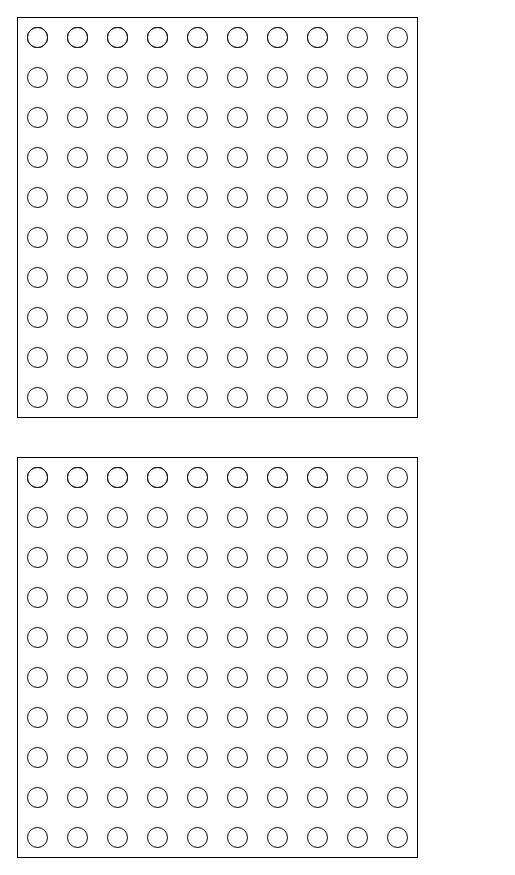
Above: battleship.drawio in tandisunarto/Diagrams (draw.io), before the change. Source tidied: cells renumbered, new cells numbered last; positions are measured from the earlier drawing's top-left corner, leaving out a move shared by most shapes. Both pictures are drawn from the tidied source at 100%, with x=0, y=0 at pixel (17, 17).
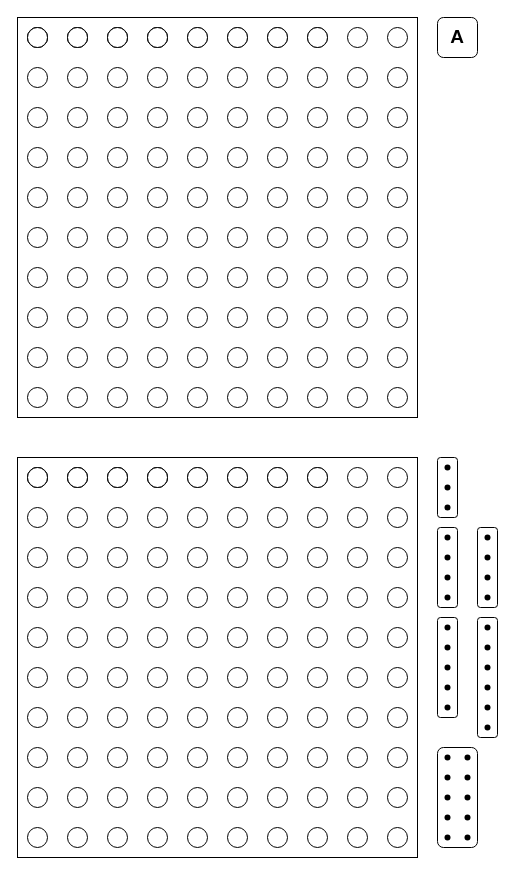
After the change.

Diff of the diagram source:
```diff
@@
+    <mxCell id="228" style="rounded=1;whiteSpace=wrap;html=1;direction=west;" parent="1" vertex="1">
+      <mxGeometry x="420" y="510" width="20" height="80" as="geometry" />
+    </mxCell>
@@
+    <mxCell id="229" style="rounded=1;whiteSpace=wrap;html=1;direction=south;" parent="1" vertex="1">
+      <mxGeometry x="420" y="440" width="20" height="60" as="geometry" />
+    </mxCell>
+    <mxCell id="230" style="shape=waypoint;sketch=0;fillStyle=solid;size=6;fillColor=none;perimeter=centerPerimeter;" parent="1" vertex="1">
+      <mxGeometry x="420" y="480" width="20" height="20" as="geometry" />
+    </mxCell>
+    <mxCell id="231" style="shape=waypoint;sketch=0;fillStyle=solid;size=6;fillColor=none;perimeter=centerPerimeter;" parent="1" vertex="1">
+      <mxGeometry x="420" y="440" width="20" height="20" as="geometry" />
+    </mxCell>
+    <mxCell id="232" style="shape=waypoint;sketch=0;fillStyle=solid;size=6;fillColor=none;perimeter=centerPerimeter;" parent="1" vertex="1">
+      <mxGeometry x="420" y="460" width="20" height="20" as="geometry" />
+    </mxCell>
+    <mxCell id="233" style="shape=waypoint;sketch=0;fillStyle=solid;size=6;fillColor=none;perimeter=centerPerimeter;" parent="1" vertex="1">
+      <mxGeometry x="420" y="570" width="20" height="20" as="geometry" />
+    </mxCell>
+    <mxCell id="234" style="shape=waypoint;sketch=0;fillStyle=solid;size=6;fillColor=none;perimeter=centerPerimeter;" parent="1" vertex="1">
+      <mxGeometry x="420" y="550" width="20" height="20" as="geometry" />
+    </mxCell>
+    <mxCell id="235" style="shape=waypoint;sketch=0;fillStyle=solid;size=6;fillColor=none;perimeter=centerPerimeter;" parent="1" vertex="1">
+      <mxGeometry x="420" y="530" width="20" height="20" as="geometry" />
+    </mxCell>
+    <mxCell id="236" style="shape=waypoint;sketch=0;fillStyle=solid;size=6;fillColor=none;perimeter=centerPerimeter;" parent="1" vertex="1">
+      <mxGeometry x="420" y="510" width="20" height="20" as="geometry" />
+    </mxCell>
+    <mxCell id="237" style="rounded=1;whiteSpace=wrap;html=1;direction=west;" parent="1" vertex="1">
+      <mxGeometry x="420" y="600" width="20" height="100" as="geometry" />
+    </mxCell>
+    <mxCell id="238" style="rounded=1;whiteSpace=wrap;html=1;direction=west;" parent="1" vertex="1">
+      <mxGeometry x="460" y="600" width="20" height="120" as="geometry" />
+    </mxCell>
+    <mxCell id="239" style="rounded=1;whiteSpace=wrap;html=1;direction=west;" parent="1" vertex="1">
+      <mxGeometry x="420" y="730" width="40" height="100" as="geometry" />
+    </mxCell>
+    <mxCell id="240" style="shape=waypoint;sketch=0;fillStyle=solid;size=6;fillColor=none;perimeter=centerPerimeter;" parent="1" vertex="1">
+      <mxGeometry x="420" y="730" width="20" height="20" as="geometry" />
+    </mxCell>
+    <mxCell id="241" style="shape=waypoint;sketch=0;fillStyle=solid;size=6;fillColor=none;perimeter=centerPerimeter;" parent="1" vertex="1">
+      <mxGeometry x="420" y="750" width="20" height="20" as="geometry" />
+    </mxCell>
+    <mxCell id="242" style="shape=waypoint;sketch=0;fillStyle=solid;size=6;fillColor=none;perimeter=centerPerimeter;" parent="1" vertex="1">
+      <mxGeometry x="440" y="730" width="20" height="20" as="geometry" />
+    </mxCell>
+    <mxCell id="243" style="shape=waypoint;sketch=0;fillStyle=solid;size=6;fillColor=none;perimeter=centerPerimeter;" parent="1" vertex="1">
+      <mxGeometry x="440" y="750" width="20" height="20" as="geometry" />
+    </mxCell>
+    <mxCell id="244" style="shape=waypoint;sketch=0;fillStyle=solid;size=6;fillColor=none;perimeter=centerPerimeter;" parent="1" vertex="1">
+      <mxGeometry x="420" y="770" width="20" height="20" as="geometry" />
+    </mxCell>
+    <mxCell id="245" style="shape=waypoint;sketch=0;fillStyle=solid;size=6;fillColor=none;perimeter=centerPerimeter;" parent="1" vertex="1">
+      <mxGeometry x="420" y="790" width="20" height="20" as="geometry" />
+    </mxCell>
+    <mxCell id="246" style="shape=waypoint;sketch=0;fillStyle=solid;size=6;fillColor=none;perimeter=centerPerimeter;" parent="1" vertex="1">
+      <mxGeometry x="440" y="770" width="20" height="20" as="geometry" />
+    </mxCell>
+    <mxCell id="247" style="shape=waypoint;sketch=0;fillStyle=solid;size=6;fillColor=none;perimeter=centerPerimeter;" parent="1" vertex="1">
+      <mxGeometry x="440" y="790" width="20" height="20" as="geometry" />
+    </mxCell>
+    <mxCell id="248" style="shape=waypoint;sketch=0;fillStyle=solid;size=6;fillColor=none;perimeter=centerPerimeter;" parent="1" vertex="1">
+      <mxGeometry x="420" y="810" width="20" height="20" as="geometry" />
+    </mxCell>
+    <mxCell id="249" style="shape=waypoint;sketch=0;fillStyle=solid;size=6;fillColor=none;perimeter=centerPerimeter;" parent="1" vertex="1">
+      <mxGeometry x="440" y="810" width="20" height="20" as="geometry" />
+    </mxCell>
+    <mxCell id="250" style="shape=waypoint;sketch=0;fillStyle=solid;size=6;fillColor=none;perimeter=centerPerimeter;" parent="1" vertex="1">
+      <mxGeometry x="460" y="640" width="20" height="20" as="geometry" />
+    </mxCell>
+    <mxCell id="251" style="shape=waypoint;sketch=0;fillStyle=solid;size=6;fillColor=none;perimeter=centerPerimeter;" parent="1" vertex="1">
+      <mxGeometry x="460" y="660" width="20" height="20" as="geometry" />
+    </mxCell>
+    <mxCell id="252" style="shape=waypoint;sketch=0;fillStyle=solid;size=6;fillColor=none;perimeter=centerPerimeter;" parent="1" vertex="1">
+      <mxGeometry x="460" y="680" width="20" height="20" as="geometry" />
+    </mxCell>
+    <mxCell id="253" style="shape=waypoint;sketch=0;fillStyle=solid;size=6;fillColor=none;perimeter=centerPerimeter;" parent="1" vertex="1">
+      <mxGeometry x="460" y="700" width="20" height="20" as="geometry" />
+    </mxCell>
+    <mxCell id="254" value="&lt;font style=&quot;font-size: 19px;&quot;&gt;&lt;b&gt;A&lt;/b&gt;&lt;/font&gt;" style="rounded=1;whiteSpace=wrap;html=1;" parent="1" vertex="1">
+      <mxGeometry x="420" width="40" height="40" as="geometry" />
+    </mxCell>
+    <mxCell id="255" style="rounded=1;whiteSpace=wrap;html=1;direction=west;" parent="1" vertex="1">
+      <mxGeometry x="460" y="510" width="20" height="80" as="geometry" />
+    </mxCell>
+    <mxCell id="256" style="shape=waypoint;sketch=0;fillStyle=solid;size=6;fillColor=none;perimeter=centerPerimeter;" parent="1" vertex="1">
+      <mxGeometry x="460" y="570" width="20" height="20" as="geometry" />
+    </mxCell>
+    <mxCell id="257" style="shape=waypoint;sketch=0;fillStyle=solid;size=6;fillColor=none;perimeter=centerPerimeter;" parent="1" vertex="1">
+      <mxGeometry x="460" y="550" width="20" height="20" as="geometry" />
+    </mxCell>
+    <mxCell id="258" style="shape=waypoint;sketch=0;fillStyle=solid;size=6;fillColor=none;perimeter=centerPerimeter;" parent="1" vertex="1">
+      <mxGeometry x="460" y="530" width="20" height="20" as="geometry" />
+    </mxCell>
+    <mxCell id="259" style="shape=waypoint;sketch=0;fillStyle=solid;size=6;fillColor=none;perimeter=centerPerimeter;" parent="1" vertex="1">
+      <mxGeometry x="460" y="510" width="20" height="20" as="geometry" />
+    </mxCell>
+    <mxCell id="260" style="shape=waypoint;sketch=0;fillStyle=solid;size=6;fillColor=none;perimeter=centerPerimeter;" parent="1" vertex="1">
+      <mxGeometry x="420" y="600" width="20" height="20" as="geometry" />
+    </mxCell>
+    <mxCell id="261" style="shape=waypoint;sketch=0;fillStyle=solid;size=6;fillColor=none;perimeter=centerPerimeter;" parent="1" vertex="1">
+      <mxGeometry x="420" y="620" width="20" height="20" as="geometry" />
+    </mxCell>
+    <mxCell id="262" style="shape=waypoint;sketch=0;fillStyle=solid;size=6;fillColor=none;perimeter=centerPerimeter;" parent="1" vertex="1">
+      <mxGeometry x="420" y="640" width="20" height="20" as="geometry" />
+    </mxCell>
+    <mxCell id="263" style="shape=waypoint;sketch=0;fillStyle=solid;size=6;fillColor=none;perimeter=centerPerimeter;" parent="1" vertex="1">
+      <mxGeometry x="420" y="660" width="20" height="20" as="geometry" />
+    </mxCell>
+    <mxCell id="264" style="shape=waypoint;sketch=0;fillStyle=solid;size=6;fillColor=none;perimeter=centerPerimeter;" parent="1" vertex="1">
+      <mxGeometry x="420" y="680" width="20" height="20" as="geometry" />
+    </mxCell>
+    <mxCell id="265" style="shape=waypoint;sketch=0;fillStyle=solid;size=6;fillColor=none;perimeter=centerPerimeter;" parent="1" vertex="1">
+      <mxGeometry x="460" y="600" width="20" height="20" as="geometry" />
+    </mxCell>
+    <mxCell id="266" style="shape=waypoint;sketch=0;fillStyle=solid;size=6;fillColor=none;perimeter=centerPerimeter;" parent="1" vertex="1">
+      <mxGeometry x="460" y="620" width="20" height="20" as="geometry" />
+    </mxCell>
```
